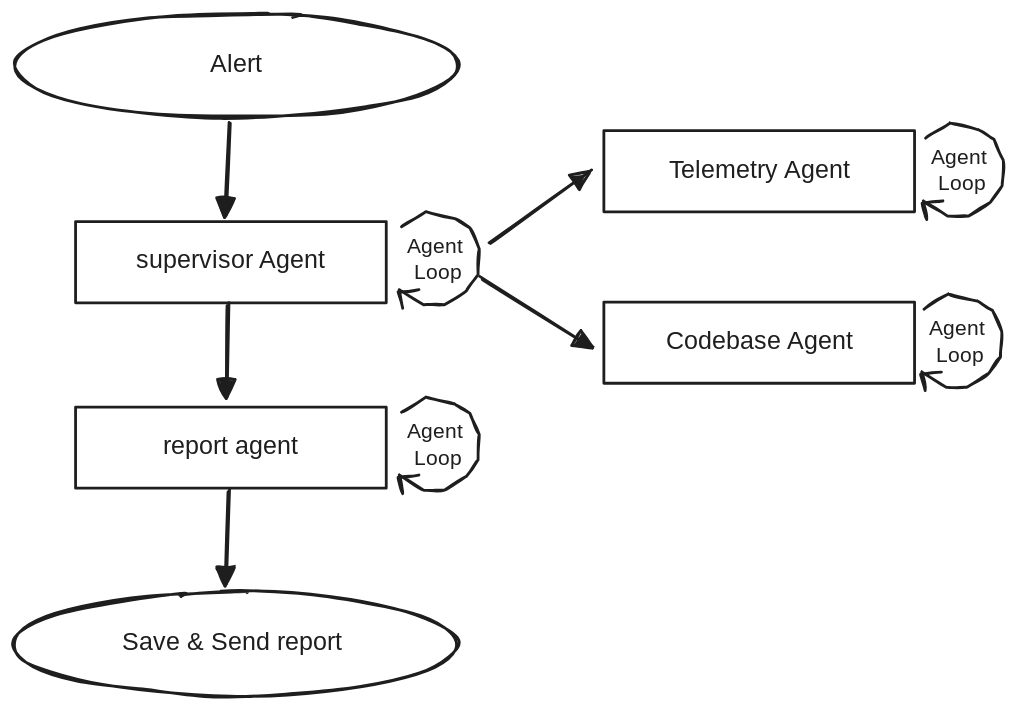
oiva-app/oiva-app.github.io keeps this Excalidraw diagram as src/assets/figures/700-agent/753-super-agent.excalidraw.svg. Above is the earlier version. Source tidied: one line per element, renumbered; positions are measured from the earlier drawing's top-left corner, leaving out a move shared by most shapes.
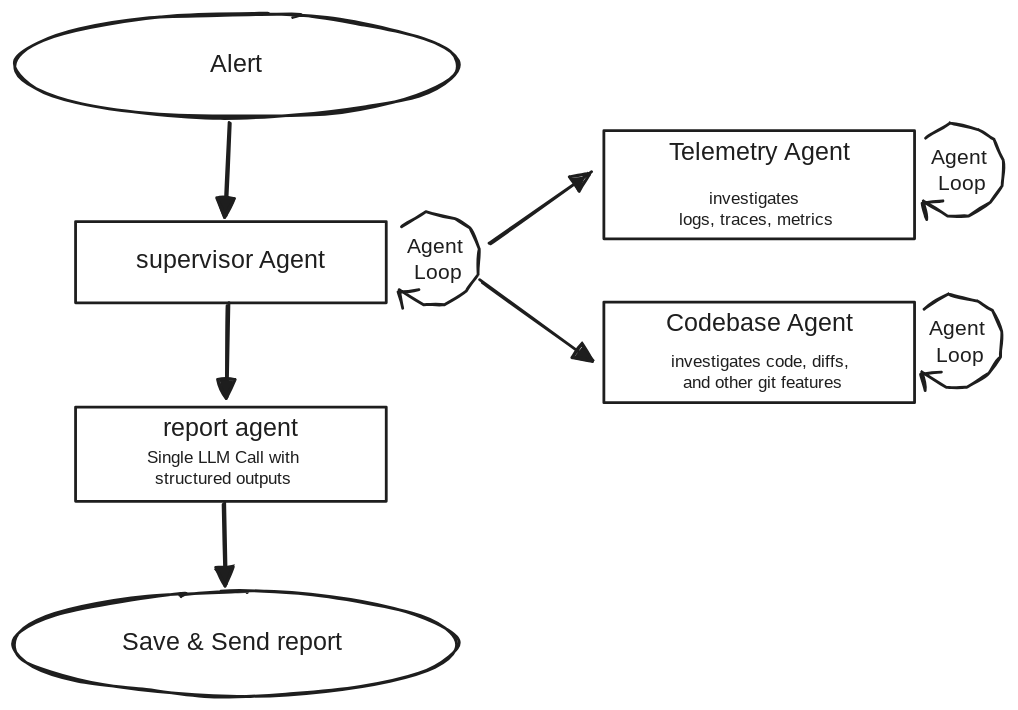
Later version of the same file.

What changed in the source:
```diff
@@ -7,19 +7,20 @@
 {"id": 6, "type": "text", "text": "Agent \nLoop", "strokeColor": "#1e1e1e", "strokeWidth": 2, "roughness": 1, "fontSize": 15, "fontFamily": 8, "textAlign": "center", "x": 278, "y": 157, "width": 50, "height": 38}
 {"id": 7, "type": "ellipse", "strokeColor": "#1e1e1e", "strokeWidth": 2, "roughness": 1, "round": true, "x": 0, "y": 413, "width": 317, "height": 74}
 {"id": 8, "type": "text", "text": "Save & Send report ", "strokeColor": "#1e1e1e", "strokeWidth": 2, "roughness": 1, "fontSize": 18, "fontFamily": 8, "textAlign": "center", "verticalAlign": "middle", "inside": 7, "x": 64, "y": 439, "width": 188, "height": 22}
-{"id": 9, "type": "rectangle", "strokeColor": "#1e1e1e", "strokeWidth": 2, "roughness": 0, "x": 44, "y": 281, "width": 222, "height": 58}
+{"id": 9, "type": "rectangle", "strokeColor": "#1e1e1e", "strokeWidth": 2, "roughness": 0, "x": 44, "y": 281, "width": 222, "height": 67}
-{"id": 10, "type": "text", "text": "report agent", "strokeColor": "#1e1e1e", "strokeWidth": 2, "roughness": 1, "fontSize": 18, "fontFamily": 8, "textAlign": "center", "verticalAlign": "middle", "inside": 9, "x": 96, "y": 299, "width": 119, "height": 22}
+{"id": 10, "type": "text", "text": "report agent", "strokeColor": "#1e1e1e", "strokeWidth": 2, "roughness": 1, "fontSize": 18, "fontFamily": 8, "textAlign": "center", "inside": 9, "x": 96, "y": 286, "width": 119, "height": 22}
-{"id": 11, "type": "line", "strokeColor": "#1e1e1e", "strokeWidth": 2, "roughness": 1, "endArrowhead": "triangle", "x": 277, "y": 284, "width": 58, "height": 69, "points": [[0, 0], [17, -11], [38, -6], [49, 1], [56, 16], [55, 34], [46, 46], [31, 56], [16, 56], [-2, 45], [1, 58], [-2, 47], [12, 45]]}
-{"id": 12, "type": "text", "text": "Agent \nLoop", "strokeColor": "#1e1e1e", "strokeWidth": 2, "roughness": 1, "fontSize": 15, "fontFamily": 8, "textAlign": "center", "x": 278, "y": 290, "width": 50, "height": 38}
 {"id": 13, "type": "arrow", "strokeColor": "#1e1e1e", "strokeWidth": 2, "roughness": 1, "endArrowhead": "triangle", "round": true, "x": 153, "y": 207, "width": 2, "height": 67, "points": [[0, 0], [-2, 67]]}
-{"id": 14, "type": "arrow", "strokeColor": "#1e1e1e", "strokeWidth": 2, "roughness": 1, "endArrowhead": "triangle", "round": true, "x": 153, "y": 340, "width": 2, "height": 67, "points": [[0, 0], [-2, 67]]}
+{"id": 14, "type": "arrow", "strokeColor": "#1e1e1e", "strokeWidth": 2, "roughness": 1, "endArrowhead": "triangle", "round": true, "from": 27, "to": 7, "x": 150, "y": 349, "width": 2, "height": 58, "points": [[0, 0], [2, 58]]}
-{"id": 15, "type": "rectangle", "strokeColor": "#1e1e1e", "strokeWidth": 2, "roughness": 0, "x": 421, "y": 83, "width": 222, "height": 58}
+{"id": 15, "type": "rectangle", "strokeColor": "#1e1e1e", "strokeWidth": 2, "roughness": 0, "x": 421, "y": 83, "width": 222, "height": 77}
-{"id": 16, "type": "text", "text": "Telemetry Agent", "strokeColor": "#1e1e1e", "strokeWidth": 2, "roughness": 1, "fontSize": 18, "fontFamily": 8, "textAlign": "center", "verticalAlign": "middle", "inside": 15, "x": 458, "y": 101, "width": 148, "height": 22}
+{"id": 16, "type": "text", "text": "Telemetry Agent", "strokeColor": "#1e1e1e", "strokeWidth": 2, "roughness": 1, "fontSize": 18, "fontFamily": 8, "textAlign": "center", "inside": 15, "x": 458, "y": 88, "width": 148, "height": 22}
-{"id": 17, "type": "rectangle", "strokeColor": "#1e1e1e", "strokeWidth": 2, "roughness": 0, "x": 421, "y": 206, "width": 222, "height": 58}
+{"id": 17, "type": "rectangle", "strokeColor": "#1e1e1e", "strokeWidth": 2, "roughness": 0, "x": 421, "y": 206, "width": 222, "height": 72}
-{"id": 18, "type": "text", "text": "Codebase Agent", "strokeColor": "#1e1e1e", "strokeWidth": 2, "roughness": 1, "fontSize": 18, "fontFamily": 8, "textAlign": "center", "verticalAlign": "middle", "inside": 17, "x": 463, "y": 224, "width": 139, "height": 22}
+{"id": 18, "type": "text", "text": "Codebase Agent", "strokeColor": "#1e1e1e", "strokeWidth": 2, "roughness": 1, "fontSize": 18, "fontFamily": 8, "textAlign": "center", "inside": 17, "x": 463, "y": 211, "width": 139, "height": 22}
-{"id": 19, "type": "arrow", "strokeColor": "#1e1e1e", "strokeWidth": 2, "roughness": 1, "endArrowhead": "triangle", "round": true, "from": 6, "to": 15, "x": 340, "y": 163, "width": 73, "height": 51, "points": [[0, 0], [73, -51]]}
+{"id": 19, "type": "arrow", "strokeColor": "#1e1e1e", "strokeWidth": 2, "roughness": 1, "endArrowhead": "triangle", "round": true, "from": 6, "to": 15, "x": 340, "y": 163, "width": 73, "height": 50, "points": [[0, 0], [73, -50]]}
-{"id": 20, "type": "arrow", "strokeColor": "#1e1e1e", "strokeWidth": 2, "roughness": 1, "endArrowhead": "triangle", "round": true, "from": 6, "to": 17, "x": 333, "y": 188, "width": 79, "height": 50, "points": [[0, 0], [79, 50]]}
+{"id": 20, "type": "arrow", "strokeColor": "#1e1e1e", "strokeWidth": 2, "roughness": 1, "endArrowhead": "triangle", "round": true, "from": 6, "to": 17, "x": 333, "y": 190, "width": 79, "height": 57, "points": [[0, 0], [79, 57]]}
 {"id": 21, "type": "line", "strokeColor": "#1e1e1e", "strokeWidth": 2, "roughness": 1, "endArrowhead": "triangle", "x": 651, "y": 89, "width": 58, "height": 69, "points": [[0, 0], [17, -11], [38, -6], [49, 1], [56, 16], [55, 34], [46, 46], [31, 56], [16, 56], [-2, 45], [1, 58], [-2, 47], [12, 45]]}
 {"id": 22, "type": "text", "text": "Agent \nLoop", "strokeColor": "#1e1e1e", "strokeWidth": 2, "roughness": 1, "fontSize": 15, "fontFamily": 8, "textAlign": "center", "x": 653, "y": 94, "width": 50, "height": 38}
 {"id": 23, "type": "line", "strokeColor": "#1e1e1e", "strokeWidth": 2, "roughness": 1, "endArrowhead": "triangle", "x": 650, "y": 211, "width": 58, "height": 69, "points": [[0, 0], [17, -11], [38, -6], [49, 1], [56, 16], [55, 34], [46, 46], [31, 56], [16, 56], [-2, 45], [1, 58], [-2, 47], [12, 45]]}
 {"id": 24, "type": "text", "text": "Agent \nLoop", "strokeColor": "#1e1e1e", "strokeWidth": 2, "roughness": 1, "fontSize": 15, "fontFamily": 8, "textAlign": "center", "x": 651, "y": 216, "width": 50, "height": 38}
+{"id": 25, "type": "text", "text": "investigates \nlogs, traces, metrics", "strokeColor": "#1e1e1e", "strokeWidth": 2, "roughness": 1, "fontSize": 12, "fontFamily": 8, "textAlign": "center", "x": 461, "y": 125, "width": 139, "height": 30}
+{"id": 26, "type": "text", "text": "investigates code, diffs, \nand other git features", "strokeColor": "#1e1e1e", "strokeWidth": 2, "roughness": 1, "fontSize": 12, "fontFamily": 8, "textAlign": "center", "x": 449, "y": 242, "width": 172, "height": 30}
+{"id": 27, "type": "text", "text": "Single LLM Call with\nstructured outputs", "strokeColor": "#1e1e1e", "strokeWidth": 2, "roughness": 1, "fontSize": 12, "fontFamily": 8, "textAlign": "center", "x": 52, "y": 310, "width": 195, "height": 30}
```
